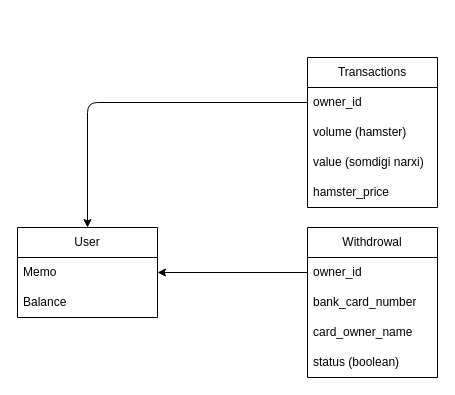
Above: draw.io/hamster_db.drawio in AbdurrohmanJCom/Hamster-Service-Bot (draw.io), before the change. Source tidied: cells renumbered, new cells numbered last; positions are measured from the earlier drawing's top-left corner, leaving out a move shared by most shapes. Both pictures are drawn from the tidied source at 100%, with x=0, y=0 at pixel (17, 57).
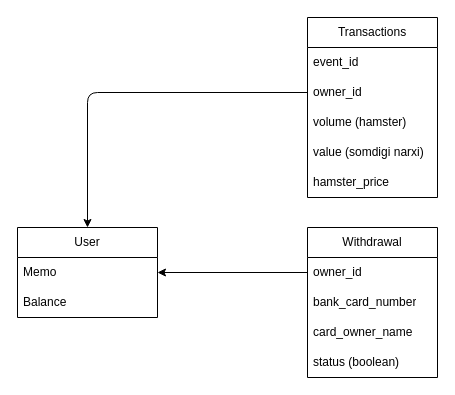
The same page after the edit.

Change to the diagram source:
```diff
@@
 <mxGraphModel>
   <root>
     <mxCell id="0" />
     <mxCell id="1" parent="0" />
     <mxCell id="2" value="User" style="swimlane;fontStyle=0;horizontal=1;startSize=30;whiteSpace=wrap;html=1;" parent="1" vertex="1">
       <mxGeometry y="170" width="140" height="90" as="geometry" />
     </mxCell>
     <mxCell id="3" value="Memo" style="text;strokeColor=none;fillColor=none;align=left;verticalAlign=middle;spacingLeft=4;spacingRight=4;overflow=hidden;points=[[0,0.5],[1,0.5]];portConstraint=eastwest;whiteSpace=wrap;html=1;" parent="2" vertex="1">
       <mxGeometry y="30" width="140" height="30" as="geometry" />
     </mxCell>
     <mxCell id="4" value="Balance" style="text;strokeColor=none;fillColor=none;align=left;verticalAlign=middle;spacingLeft=4;spacingRight=4;overflow=hidden;whiteSpace=wrap;html=1;" parent="2" vertex="1">
       <mxGeometry y="60" width="140" height="30" as="geometry" />
     </mxCell>
     <mxCell id="5" value="Transactions" style="swimlane;fontStyle=0;horizontal=1;startSize=30;whiteSpace=wrap;html=1;" parent="1" vertex="1">
-      <mxGeometry x="290" width="130" height="150" as="geometry" />
+      <mxGeometry x="290" y="-40" width="130" height="180" as="geometry" />
     </mxCell>
+    <mxCell id="17" value="event_id" style="text;strokeColor=none;fillColor=none;align=left;verticalAlign=middle;spacingLeft=4;spacingRight=4;overflow=hidden;whiteSpace=wrap;html=1;" parent="5" vertex="1">
+      <mxGeometry y="30" width="130" height="30" as="geometry" />
+    </mxCell>
     <mxCell id="6" value="owner_id" style="text;strokeColor=none;fillColor=none;align=left;verticalAlign=middle;spacingLeft=4;spacingRight=4;overflow=hidden;points=[[0,0.5],[1,0.5]];portConstraint=eastwest;whiteSpace=wrap;html=1;" parent="5" vertex="1">
-      <mxGeometry y="30" width="130" height="30" as="geometry" />
+      <mxGeometry y="60" width="130" height="30" as="geometry" />
     </mxCell>
     <mxCell id="7" value="volume (hamster)" style="text;strokeColor=none;fillColor=none;align=left;verticalAlign=middle;spacingLeft=4;spacingRight=4;overflow=hidden;whiteSpace=wrap;html=1;" parent="5" vertex="1">
-      <mxGeometry y="60" width="130" height="30" as="geometry" />
+      <mxGeometry y="90" width="130" height="30" as="geometry" />
     </mxCell>
     <mxCell id="8" value="value (somdigi narxi)" style="text;strokeColor=none;fillColor=none;align=left;verticalAlign=middle;spacingLeft=4;spacingRight=4;overflow=hidden;whiteSpace=wrap;html=1;" parent="5" vertex="1">
-      <mxGeometry y="90" width="130" height="30" as="geometry" />
+      <mxGeometry y="120" width="130" height="30" as="geometry" />
     </mxCell>
     <mxCell id="9" value="hamster_price" style="text;strokeColor=none;fillColor=none;align=left;verticalAlign=middle;spacingLeft=4;spacingRight=4;overflow=hidden;whiteSpace=wrap;html=1;" parent="5" vertex="1">
-      <mxGeometry y="120" width="130" height="30" as="geometry" />
+      <mxGeometry y="150" width="130" height="30" as="geometry" />
     </mxCell>
     <mxCell id="10" style="edgeStyle=none;html=1;exitX=0;exitY=0.5;exitDx=0;exitDy=0;" parent="1" edge="1" source="6" target="2">
       <mxGeometry relative="1" as="geometry">
         <Array as="points">
-          <mxPoint x="70" y="45" />
+          <mxPoint x="70" y="35" />
         </Array>
       </mxGeometry>
     </mxCell>
-    <mxCell id="11" value="Withdrowal" style="swimlane;fontStyle=0;horizontal=1;startSize=30;whiteSpace=wrap;html=1;" parent="1" vertex="1">
+    <mxCell id="11" value="Withdrawal" style="swimlane;fontStyle=0;horizontal=1;startSize=30;whiteSpace=wrap;html=1;" parent="1" vertex="1">
       <mxGeometry x="290" y="170" width="130" height="150" as="geometry" />
     </mxCell>
     <mxCell id="12" value="owner_id" style="text;strokeColor=none;fillColor=none;align=left;verticalAlign=middle;spacingLeft=4;spacingRight=4;overflow=hidden;points=[[0,0.5],[1,0.5]];portConstraint=eastwest;whiteSpace=wrap;html=1;" parent="11" vertex="1">
       <mxGeometry y="30" width="130" height="30" as="geometry" />
     </mxCell>
     <mxCell id="13" value="bank_card_number" style="text;strokeColor=none;fillColor=none;align=left;verticalAlign=middle;spacingLeft=4;spacingRight=4;overflow=hidden;whiteSpace=wrap;html=1;" parent="11" vertex="1">
       <mxGeometry y="60" width="130" height="30" as="geometry" />
     </mxCell>
     <mxCell id="14" value="card_owner_name" style="text;strokeColor=none;fillColor=none;align=left;verticalAlign=middle;spacingLeft=4;spacingRight=4;overflow=hidden;whiteSpace=wrap;html=1;" parent="11" vertex="1">
       <mxGeometry y="90" width="130" height="30" as="geometry" />
     </mxCell>
     <mxCell id="15" value="status (boolean)" style="text;strokeColor=none;fillColor=none;align=left;verticalAlign=middle;spacingLeft=4;spacingRight=4;overflow=hidden;whiteSpace=wrap;html=1;" parent="11" vertex="1">
       <mxGeometry y="120" width="130" height="30" as="geometry" />
     </mxCell>
     <mxCell id="16" style="edgeStyle=none;html=1;entryX=1;entryY=0.5;entryDx=0;entryDy=0;" parent="1" edge="1" source="12" target="3">
       <mxGeometry relative="1" as="geometry" />
     </mxCell>
   </root>
 </mxGraphModel>
```
